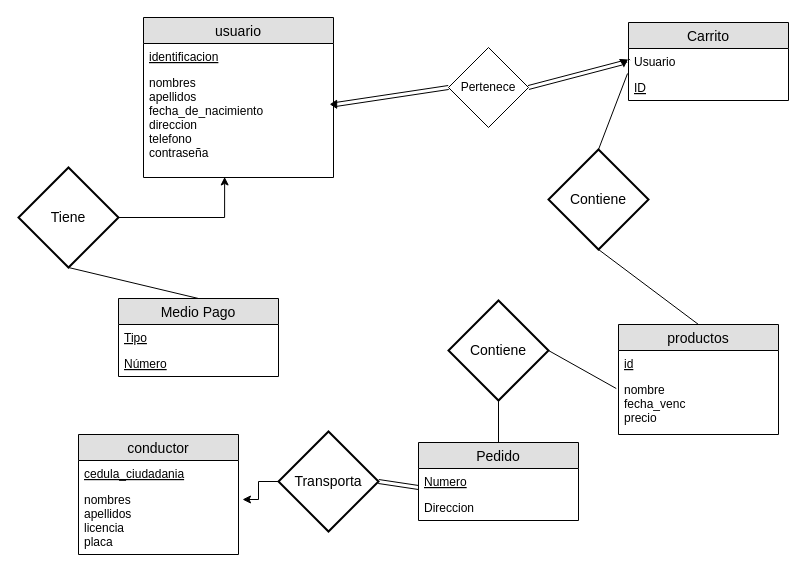
Above: supermercado_virtual.drawio in MigueCas19/ProyectoDB1 (draw.io), before the change. Source tidied: cells renumbered, new cells numbered last; positions are measured from the earlier drawing's top-left corner, leaving out a move shared by most shapes. Both pictures are drawn from the tidied source at 100%, with x=0, y=0 at pixel (18, 17).
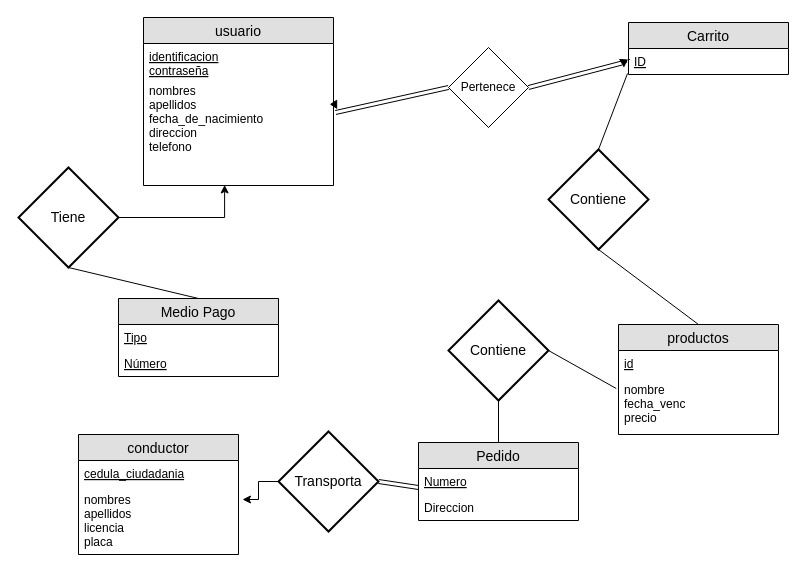
Above is the later version.

The change refers to these unchanged cells:
```xml
<mxCell id="11" value="Contiene" style="shape=rhombus;strokeWidth=2;fontSize=17;perimeter=rhombusPerimeter;whiteSpace=wrap;html=1;align=center;fontSize=14;" parent="1" vertex="1">
  <mxGeometry x="530" y="132" width="100" height="100" as="geometry" />
</mxCell>
<mxCell id="25" style="triangle;whiteSpace=wrap;html=1;fillColor=#000000;rotation=-30;" parent="1" vertex="1">
  <mxGeometry x="603" y="40" width="6" height="8" as="geometry" />
</mxCell>
```

Change to the diagram source:
```diff
@@
     <mxCell id="2" value="usuario" style="swimlane;fontStyle=0;horizontal=1;startSize=26;fillColor=#e0e0e0;swimlaneFillColor=#ffffff;align=center;fontSize=14;" parent="1" vertex="1">
-      <mxGeometry x="125" width="190" height="160" as="geometry" />
+      <mxGeometry x="125" width="190" height="168" as="geometry" />
     </mxCell>
-    <mxCell id="3" value="identificacion" style="text;strokeColor=none;fillColor=none;spacingLeft=4;spacingRight=4;overflow=hidden;fontSize=12;fontStyle=4;" parent="2" vertex="1">
-      <mxGeometry y="26" width="190" height="26" as="geometry" />
+    <mxCell id="3" value="identificacion&#10;contraseña&#10;" style="text;strokeColor=none;fillColor=none;spacingLeft=4;spacingRight=4;overflow=hidden;fontSize=12;fontStyle=4;" parent="2" vertex="1">
+      <mxGeometry y="26" width="190" height="34" as="geometry" />
     </mxCell>
-    <mxCell id="4" value="nombres&#10;apellidos&#10;fecha_de_nacimiento&#10;direccion&#10;telefono&#10;contraseña&#10;" style="text;strokeColor=none;fillColor=none;spacingLeft=4;spacingRight=4;overflow=hidden;points=[[0,0.5],[1,0.5]];portConstraint=eastwest;fontSize=12;" parent="2" vertex="1">
-      <mxGeometry y="52" width="190" height="108" as="geometry" />
+    <mxCell id="4" value="nombres&#10;apellidos&#10;fecha_de_nacimiento&#10;direccion&#10;telefono&#10;" style="text;strokeColor=none;fillColor=none;spacingLeft=4;spacingRight=4;overflow=hidden;points=[[0,0.5],[1,0.5]];portConstraint=eastwest;fontSize=12;" parent="2" vertex="1">
+      <mxGeometry y="60" width="190" height="108" as="geometry" />
     </mxCell>
@@
     <mxCell id="12" value="Carrito" style="swimlane;fontStyle=0;horizontal=1;startSize=26;fillColor=#e0e0e0;swimlaneFillColor=#ffffff;align=center;fontSize=14;" parent="1" vertex="1">
-      <mxGeometry x="610" y="5" width="160" height="78" as="geometry" />
+      <mxGeometry x="610" y="5" width="160" height="52" as="geometry" />
     </mxCell>
-    <mxCell id="13" value="Usuario" style="text;strokeColor=none;fillColor=none;spacingLeft=4;spacingRight=4;overflow=hidden;points=[[0,0.5],[1,0.5]];portConstraint=eastwest;fontSize=12;" parent="12" vertex="1">
-      <mxGeometry y="26" width="160" height="26" as="geometry" />
-    </mxCell>
     <mxCell id="14" value="ID" style="text;strokeColor=none;fillColor=none;spacingLeft=4;spacingRight=4;overflow=hidden;fontSize=12;fontStyle=4;" parent="12" vertex="1">
-      <mxGeometry y="52" width="160" height="26" as="geometry" />
+      <mxGeometry y="26" width="160" height="26" as="geometry" />
     </mxCell>
-    <mxCell id="15" style="endArrow=none;html=1;entryX=-0.006;entryY=0.962;entryDx=0;entryDy=0;entryPerimeter=0;exitX=0.5;exitY=0;exitDx=0;exitDy=0;" parent="1" edge="1" source="11" target="13">
-      <mxGeometry relative="1" as="geometry" />
+    <mxCell id="15" style="endArrow=none;html=1;entryX=-0.006;entryY=0.962;entryDx=0;entryDy=0;entryPerimeter=0;exitX=0.5;exitY=0;exitDx=0;exitDy=0;" parent="1" edge="1" source="11">
+      <mxGeometry relative="1" as="geometry">
+        <mxPoint x="609" y="56" as="targetPoint" />
+      </mxGeometry>
     </mxCell>
@@
-    <mxCell id="24" style="shape=link;html=1;strokeColor=#000000;strokeWidth=1;fillColor=#000000;exitX=1;exitY=0.5;exitDx=0;exitDy=0;entryX=0;entryY=0.5;entryDx=0;entryDy=0;" parent="1" edge="1" source="25" target="13">
-      <mxGeometry relative="1" as="geometry" />
+    <mxCell id="24" style="shape=link;html=1;strokeColor=#000000;strokeWidth=1;fillColor=#000000;exitX=1;exitY=0.5;exitDx=0;exitDy=0;entryX=0;entryY=0.5;entryDx=0;entryDy=0;" parent="1" edge="1" source="25">
+      <mxGeometry relative="1" as="geometry">
+        <mxPoint x="610" y="44" as="targetPoint" />
+      </mxGeometry>
     </mxCell>
```
